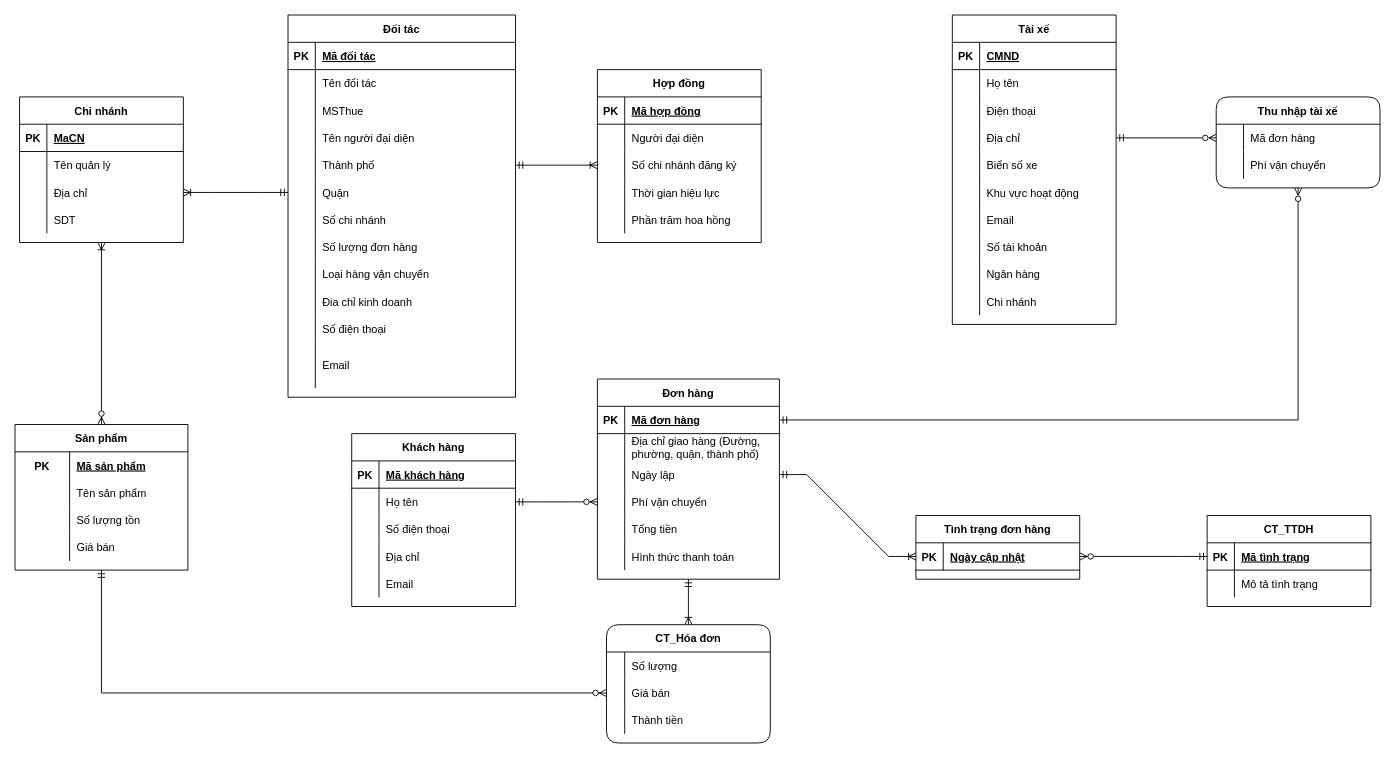
Earlier version of the draw.io diagram HQT-CSDL.drawio (tranngoclam16/HQT-CSDL). Source tidied: cells renumbered, new cells numbered last; positions are measured from the earlier drawing's top-left corner, leaving out a move shared by most shapes. Both pictures are drawn from the tidied source at 91%, with x=0, y=0 at pixel (15, 15).
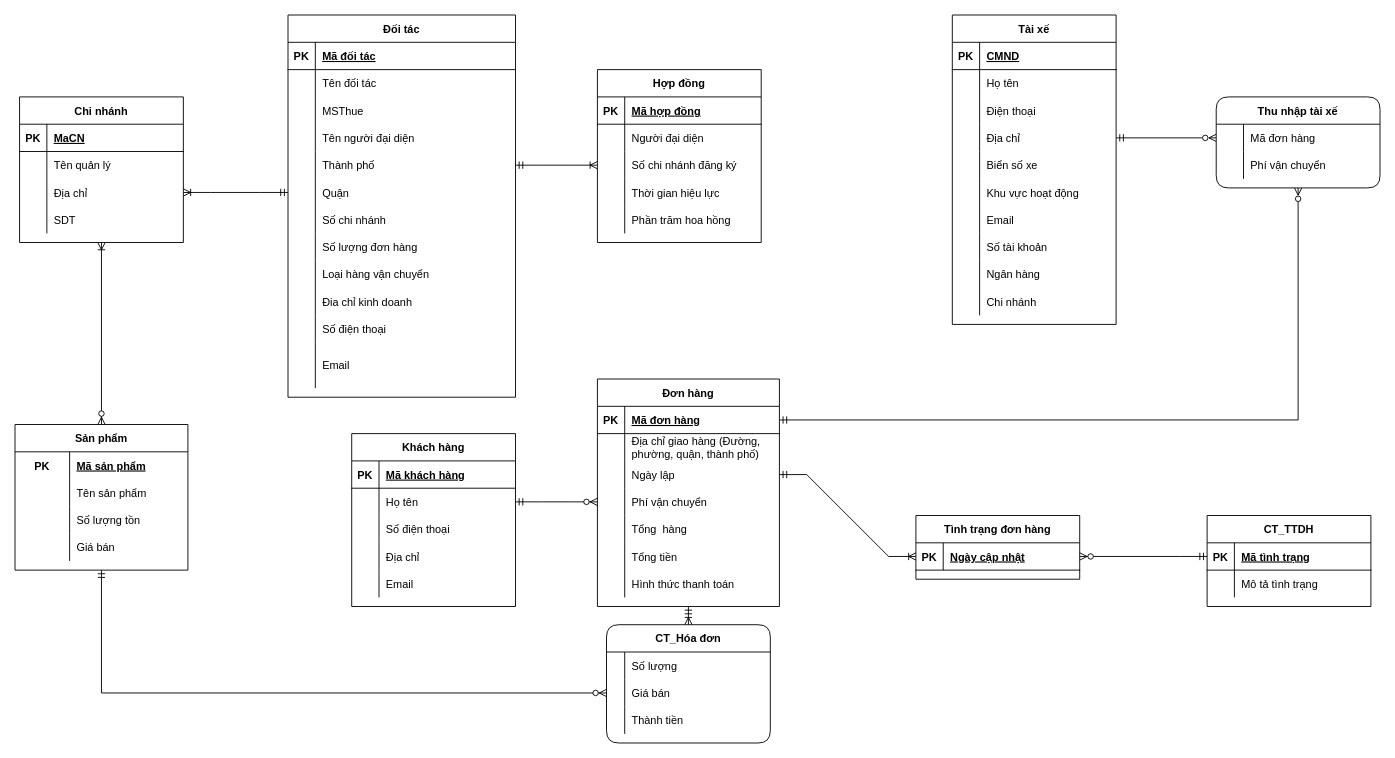
The same diagram, later.

The edit, as a diff of the source:
```diff
@@
     <mxCell id="99" value="Đơn hàng" style="shape=table;startSize=30;childLayout=tableLayout;rowLines=0;fontStyle=1;align=center;" parent="1" vertex="1">
-      <mxGeometry x="640" y="400" width="200" height="220" as="geometry" />
+      <mxGeometry x="640" y="400" width="200" height="250" as="geometry" />
     </mxCell>
@@
+    <mxCell id="185" style="shape=partialRectangle;fillColor=none;top=0;left=0;bottom=0;right=0;" parent="99" vertex="1">
+      <mxGeometry y="150" width="200" height="30" as="geometry" />
+    </mxCell>
+    <mxCell id="186" style="shape=partialRectangle;fillColor=none;top=0;left=0;bottom=0;right=0;overflow=hidden;" parent="185" vertex="1">
+      <mxGeometry width="30" height="30" as="geometry" />
+    </mxCell>
+    <mxCell id="187" value="Tổng  hàng" style="shape=partialRectangle;fillColor=none;top=0;left=0;bottom=0;right=0;align=left;spacingLeft=6;overflow=hidden;" parent="185" vertex="1">
+      <mxGeometry x="30" width="170" height="30" as="geometry" />
+    </mxCell>
     <mxCell id="112" style="shape=partialRectangle;fillColor=none;top=0;left=0;bottom=0;right=0;" parent="99" vertex="1">
-      <mxGeometry y="150" width="200" height="30" as="geometry" />
+      <mxGeometry y="180" width="200" height="30" as="geometry" />
     </mxCell>
@@
     <mxCell id="115" style="shape=partialRectangle;fillColor=none;top=0;left=0;bottom=0;right=0;" parent="99" vertex="1">
-      <mxGeometry y="180" width="200" height="30" as="geometry" />
+      <mxGeometry y="210" width="200" height="30" as="geometry" />
     </mxCell>
```
